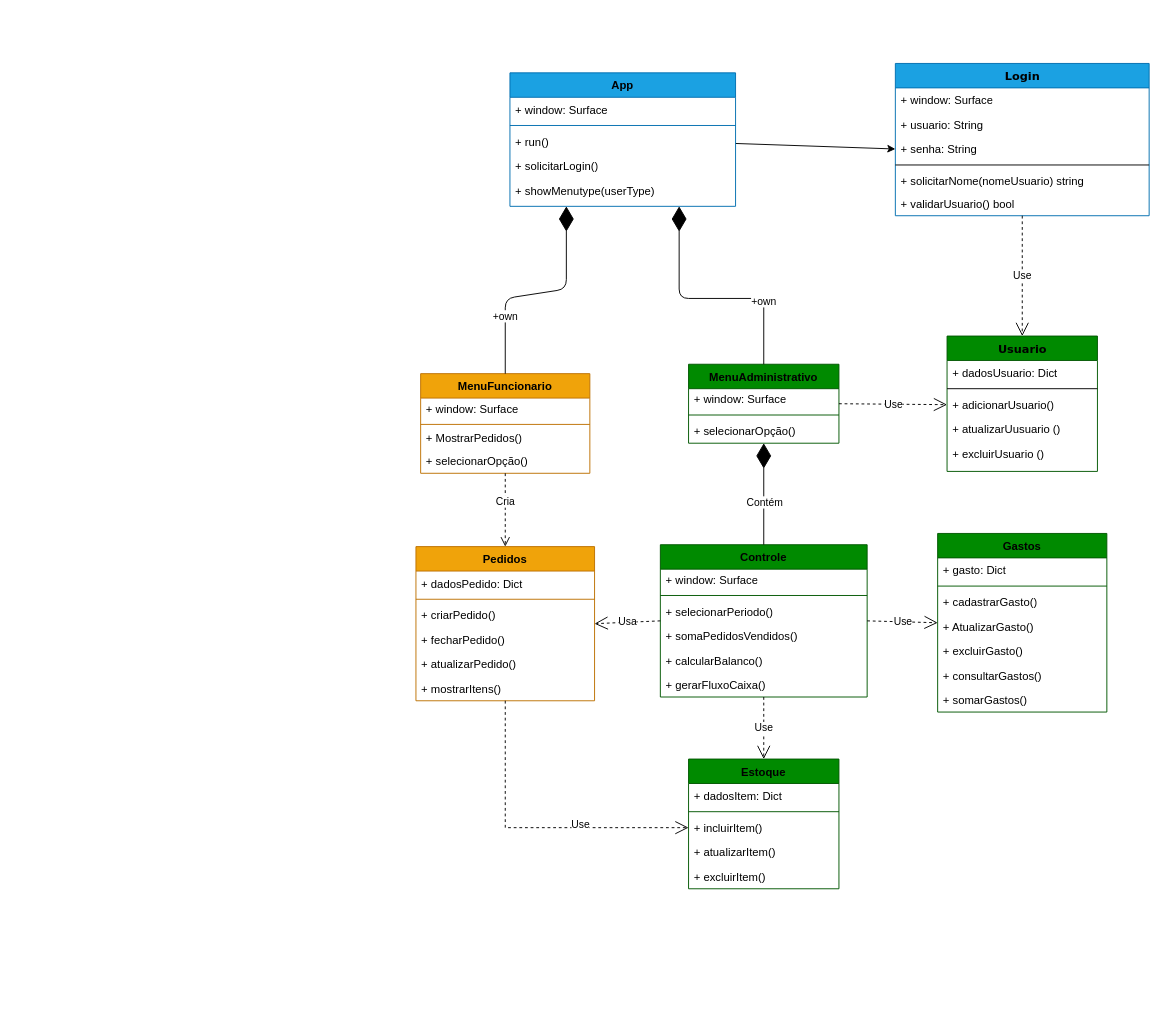
Earlier version of the draw.io diagram documentation/Diagrama de classes.drawio (rudymuller/SistemaGestaoCafeteria). Source tidied: cells renumbered, new cells numbered last; positions are measured from the earlier drawing's top-left corner, leaving out a move shared by most shapes. Both pictures are drawn from the tidied source at 94%, with x=0, y=0 at pixel (415, 63).
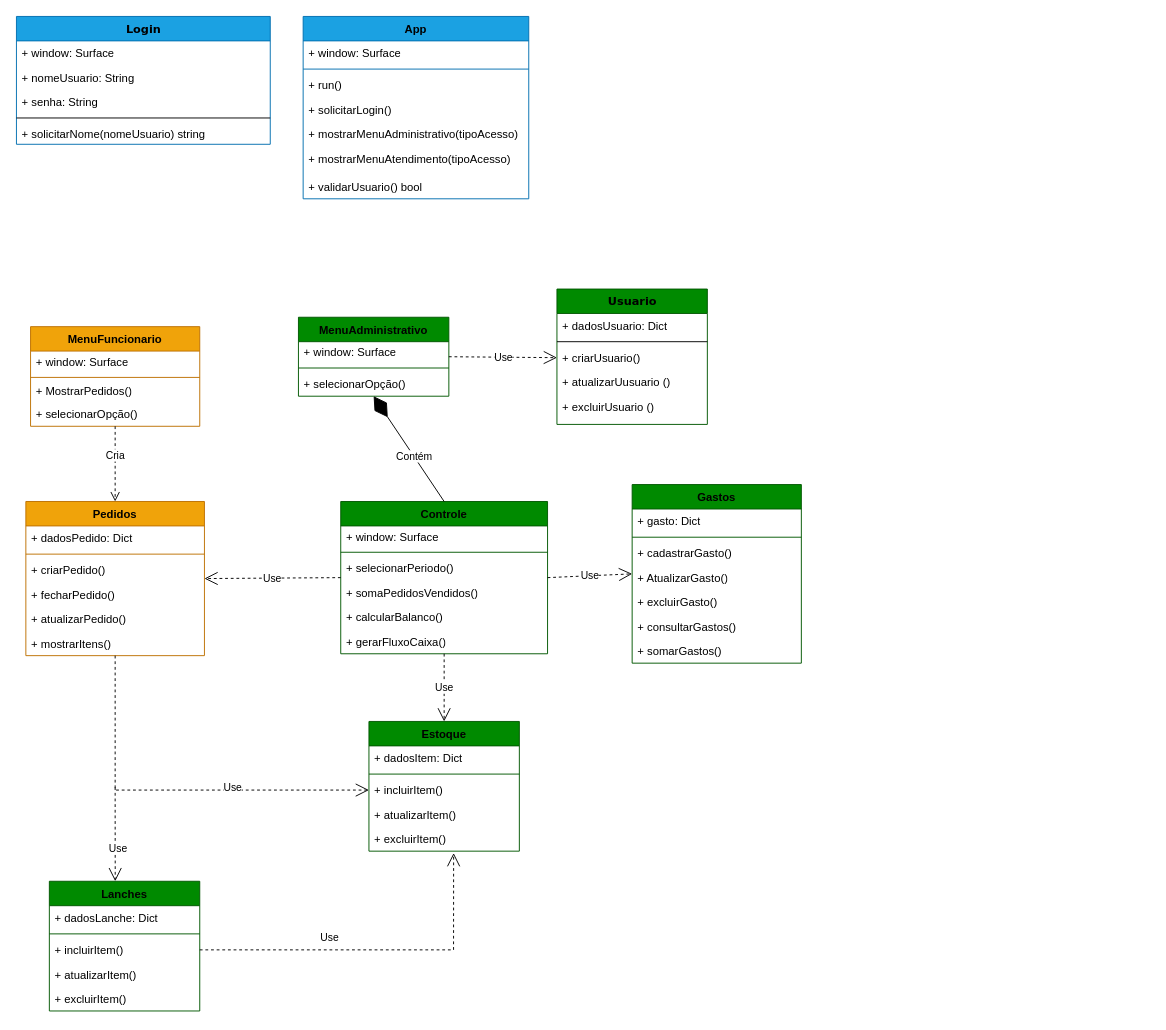
The same page after the edit.

Commit message (it also covers changes not shown here):
added a class lanche on the classes diagram

Unchanged cells that the change refers to:
```xml
<mxCell id="11" value="+ senha: String" style="text;html=1;strokeColor=none;fillColor=none;align=left;verticalAlign=top;spacingLeft=4;spacingRight=4;whiteSpace=wrap;overflow=hidden;points=[[0,0.5],[1,0.5]];portConstraint=eastwest;fontColor=light-dark(#000000,#000000);" parent="8" vertex="1">
  <mxGeometry y="78" width="270" height="26" as="geometry" />
</mxCell>
<mxCell id="41" value="+ incluirItem()&amp;nbsp;" style="text;strokeColor=none;fillColor=none;align=left;verticalAlign=top;spacingLeft=4;spacingRight=4;overflow=hidden;points=[[0,0.5],[1,0.5]];portConstraint=eastwest;whiteSpace=wrap;html=1;fontColor=light-dark(#000000,#000000);" parent="38" vertex="1">
  <mxGeometry y="60" width="160" height="26" as="geometry" />
</mxCell>
<mxCell id="43" value="+ excluirItem()&amp;nbsp;" style="text;strokeColor=none;fillColor=none;align=left;verticalAlign=top;spacingLeft=4;spacingRight=4;overflow=hidden;points=[[0,0.5],[1,0.5]];portConstraint=eastwest;whiteSpace=wrap;html=1;fontColor=light-dark(#000000,#000000);" parent="38" vertex="1">
  <mxGeometry y="112" width="160" height="26" as="geometry" />
</mxCell>
```

Diff of the diagram source:
```diff
@@
     <mxCell id="2" value="Usuario" style="swimlane;html=1;fontStyle=1;align=center;verticalAlign=top;horizontal=1;startSize=26;swimlaneFillColor=#ffffff;rounded=0;shadow=0;comic=0;labelBackgroundColor=none;strokeWidth=1;fillColor=#008a00;fontFamily=Verdana;fontSize=12;fontColor=light-dark(#000000,#000000);strokeColor=#005700;" parent="1" vertex="1">
-      <mxGeometry x="565" y="290" width="160" height="144" as="geometry" />
+      <mxGeometry x="150" y="240" width="160" height="144" as="geometry" />
     </mxCell>
@@
-    <mxCell id="5" value="+ adicionarUsuario()" style="text;html=1;strokeColor=none;fillColor=none;align=left;verticalAlign=top;spacingLeft=4;spacingRight=4;whiteSpace=wrap;overflow=hidden;points=[[0,0.5],[1,0.5]];portConstraint=eastwest;fontColor=light-dark(#000000,#000000);" parent="2" vertex="1">
+    <mxCell id="5" value="+ criarUsuario()" style="text;html=1;strokeColor=none;fillColor=none;align=left;verticalAlign=top;spacingLeft=4;spacingRight=4;whiteSpace=wrap;overflow=hidden;points=[[0,0.5],[1,0.5]];portConstraint=eastwest;fontColor=light-dark(#000000,#000000);" parent="2" vertex="1">
       <mxGeometry y="60" width="160" height="26" as="geometry" />
     </mxCell>
@@
     <mxCell id="8" value="Login" style="swimlane;html=1;fontStyle=1;align=center;verticalAlign=top;horizontal=1;startSize=26;swimlaneFillColor=#ffffff;rounded=0;shadow=0;comic=0;labelBackgroundColor=none;strokeWidth=1;fillColor=#1ba1e2;fontFamily=Verdana;fontSize=12;fontColor=light-dark(#000000,#000000);strokeColor=#006EAF;" parent="1" vertex="1">
-      <mxGeometry x="510" width="270" height="162" as="geometry" />
+      <mxGeometry x="-425" y="-50" width="270" height="136" as="geometry" />
     </mxCell>
@@
-    <mxCell id="10" value="+ usuario: String" style="text;html=1;strokeColor=none;fillColor=none;align=left;verticalAlign=top;spacingLeft=4;spacingRight=4;whiteSpace=wrap;overflow=hidden;fontColor=light-dark(#000000,#000000);" parent="8" vertex="1">
+    <mxCell id="10" value="+ nomeUsuario: String" style="text;html=1;strokeColor=none;fillColor=none;align=left;verticalAlign=top;spacingLeft=4;spacingRight=4;whiteSpace=wrap;overflow=hidden;fontColor=light-dark(#000000,#000000);" parent="8" vertex="1">
       <mxGeometry y="52" width="270" height="26" as="geometry" />
     </mxCell>
@@
-    <mxCell id="14" value="+ validarUsuario() bool" style="text;html=1;strokeColor=none;fillColor=none;align=left;verticalAlign=top;spacingLeft=4;spacingRight=4;whiteSpace=wrap;overflow=hidden;fontColor=light-dark(#000000,#000000);" parent="8" vertex="1">
-      <mxGeometry y="136" width="270" height="26" as="geometry" />
-    </mxCell>
-    <mxCell id="15" style="edgeStyle=none;html=1;entryX=0;entryY=0.5;entryDx=0;entryDy=0;" parent="1" edge="1" source="16" target="11">
-      <mxGeometry relative="1" as="geometry" />
-    </mxCell>
     <mxCell id="16" value="App&lt;div&gt;&lt;br&gt;&lt;/div&gt;" style="swimlane;fontStyle=1;align=center;verticalAlign=top;horizontal=1;startSize=26;whiteSpace=wrap;html=1;fillColor=#1ba1e2;fontColor=light-dark(#000000,#000000);strokeColor=#006EAF;" parent="1" vertex="1">
-      <mxGeometry x="100" y="10" width="240" height="142" as="geometry" />
+      <mxGeometry x="-120" y="-50" width="240" height="194" as="geometry" />
     </mxCell>
@@
+    <mxCell id="72" value="+ mostrarMenuAdministrativo(tipoAcesso)" style="text;strokeColor=none;fillColor=none;align=left;verticalAlign=top;spacingLeft=4;spacingRight=4;overflow=hidden;whiteSpace=wrap;html=1;fontColor=light-dark(#000000,#000000);" parent="16" vertex="1">
+      <mxGeometry y="112" width="240" height="26" as="geometry" />
+    </mxCell>
-    <mxCell id="21" value="+ showMenutype(userType)&amp;nbsp;" style="text;strokeColor=none;fillColor=none;align=left;verticalAlign=top;spacingLeft=4;spacingRight=4;overflow=hidden;whiteSpace=wrap;html=1;fontColor=light-dark(#000000,#000000);" parent="16" vertex="1">
-      <mxGeometry y="112" width="240" height="30" as="geometry" />
+    <mxCell id="21" value="+ mostrarMenuAtendimento(tipoAcesso)&amp;nbsp;" style="text;strokeColor=none;fillColor=none;align=left;verticalAlign=top;spacingLeft=4;spacingRight=4;overflow=hidden;whiteSpace=wrap;html=1;fontColor=light-dark(#000000,#000000);" parent="16" vertex="1">
+      <mxGeometry y="138" width="240" height="30" as="geometry" />
     </mxCell>
+    <mxCell id="14" value="+ validarUsuario() bool" style="text;html=1;strokeColor=none;fillColor=none;align=left;verticalAlign=top;spacingLeft=4;spacingRight=4;whiteSpace=wrap;overflow=hidden;fontColor=light-dark(#000000,#000000);" parent="16" vertex="1">
+      <mxGeometry y="168" width="240" height="26" as="geometry" />
+    </mxCell>
     <mxCell id="22" value="MenuFuncionario&lt;div&gt;&lt;br&gt;&lt;/div&gt;" style="swimlane;fontStyle=1;align=center;verticalAlign=top;horizontal=1;startSize=26;whiteSpace=wrap;html=1;fillColor=#f0a30a;fontColor=light-dark(#000000,#000000);strokeColor=#BD7000;" parent="1" vertex="1">
-      <mxGeometry x="5" y="330" width="180" height="106" as="geometry" />
+      <mxGeometry x="-410" y="280" width="180" height="106" as="geometry" />
     </mxCell>
@@
     <mxCell id="27" value="MenuAdministrativo&lt;div&gt;&lt;br&gt;&lt;/div&gt;" style="swimlane;fontStyle=1;align=center;verticalAlign=top;horizontal=1;startSize=26;whiteSpace=wrap;html=1;fillColor=#008a00;fontColor=light-dark(#000000,#000000);strokeColor=#005700;" parent="1" vertex="1">
-      <mxGeometry x="290" y="320" width="160" height="84" as="geometry" />
+      <mxGeometry x="-125" y="270" width="160" height="84" as="geometry" />
     </mxCell>
@@
     <mxCell id="31" value="Pedidos" style="swimlane;fontStyle=1;align=center;verticalAlign=top;horizontal=1;startSize=26;whiteSpace=wrap;html=1;fillColor=#f0a30a;fontColor=light-dark(#000000,#000000);strokeColor=#BD7000;" parent="1" vertex="1">
-      <mxGeometry y="514" width="190" height="164" as="geometry" />
+      <mxGeometry x="-415" y="466" width="190" height="164" as="geometry" />
     </mxCell>
@@
     <mxCell id="38" value="Estoque&lt;div&gt;&lt;br&gt;&lt;/div&gt;" style="swimlane;fontStyle=1;align=center;verticalAlign=top;horizontal=1;startSize=26;whiteSpace=wrap;html=1;fillColor=#008a00;fontColor=light-dark(#000000,#000000);strokeColor=#005700;" parent="1" vertex="1">
-      <mxGeometry x="290" y="740" width="160" height="138" as="geometry" />
+      <mxGeometry x="-50" y="700" width="160" height="138" as="geometry" />
     </mxCell>
@@
     <mxCell id="45" value="&lt;div&gt;Controle&lt;/div&gt;" style="swimlane;fontStyle=1;align=center;verticalAlign=top;horizontal=1;startSize=26;whiteSpace=wrap;html=1;fillColor=#008a00;fontColor=light-dark(#000000,#000000);strokeColor=#005700;" parent="1" vertex="1">
-      <mxGeometry x="260" y="512" width="220" height="162" as="geometry" />
+      <mxGeometry x="-80" y="466" width="220" height="162" as="geometry" />
     </mxCell>
@@
     <mxCell id="52" value="Gastos" style="swimlane;fontStyle=1;align=center;verticalAlign=top;horizontal=1;startSize=26;whiteSpace=wrap;html=1;fillColor=#008a00;fontColor=light-dark(#000000,#000000);strokeColor=#005700;" parent="1" vertex="1">
-      <mxGeometry x="555" y="500" width="180" height="190" as="geometry" />
+      <mxGeometry x="230" y="448" width="180" height="190" as="geometry" />
     </mxCell>
@@
-    <mxCell id="62" value="Usa" style="endArrow=open;endSize=12;dashed=1;html=1;rounded=0;exitX=0;exitY=0.5;exitDx=0;exitDy=0;entryX=1;entryY=0.5;entryDx=0;entryDy=0;fontColor=light-dark(#000000,#000000);" parent="1" edge="1" source="45" target="31">
+    <mxCell id="62" value="Use" style="endArrow=open;endSize=12;dashed=1;html=1;rounded=0;exitX=0;exitY=0.5;exitDx=0;exitDy=0;entryX=1;entryY=0.5;entryDx=0;entryDy=0;fontColor=light-dark(#000000,#000000);" parent="1" edge="1" source="45" target="31">
       <mxGeometry relative="1" as="geometry" />
     </mxCell>
@@
     <mxCell id="64" value="Use" style="endArrow=open;endSize=12;dashed=1;html=1;rounded=0;entryX=0;entryY=0.5;entryDx=0;entryDy=0;exitX=0.5;exitY=1;exitDx=0;exitDy=0;fontColor=light-dark(#000000,#000000);" parent="1" edge="1" source="31" target="41">
       <mxGeometry x="0.3" y="3" relative="1" as="geometry">
         <Array as="points">
-          <mxPoint x="95" y="813" />
+          <mxPoint x="-320" y="773" />
         </Array>
       </mxGeometry>
     </mxCell>
@@
-    <mxCell id="67" style="endArrow=diamondThin;endFill=1;endSize=24;html=1;exitX=0.5;exitY=0;exitDx=0;exitDy=0;entryX=0.25;entryY=1;entryDx=0;entryDy=0;" parent="1" edge="1" source="22" target="16">
-      <mxGeometry relative="1" as="geometry">
-        <Array as="points">
-          <mxPoint x="95" y="250" />
-          <mxPoint x="160" y="240" />
-        </Array>
-      </mxGeometry>
-    </mxCell>
-    <mxCell id="68" value="+own" style="edgeLabel;html=1;align=center;verticalAlign=middle;" parent="67" vertex="1">
-      <mxGeometry x="-0.47" y="1" relative="1" as="geometry" />
-    </mxCell>
-    <mxCell id="69" style="endArrow=diamondThin;endFill=1;endSize=24;html=1;exitX=0.5;exitY=0;exitDx=0;exitDy=0;entryX=0.75;entryY=1;entryDx=0;entryDy=0;" parent="1" edge="1" source="27" target="16">
-      <mxGeometry relative="1" as="geometry">
-        <Array as="points">
-          <mxPoint x="370" y="250" />
-          <mxPoint x="280" y="250" />
-        </Array>
-      </mxGeometry>
-    </mxCell>
-    <mxCell id="70" value="+own" style="edgeLabel;html=1;align=center;verticalAlign=middle;" parent="69" vertex="1">
-      <mxGeometry x="-0.47" y="1" relative="1" as="geometry" />
-    </mxCell>
-    <mxCell id="71" value="Use" style="endArrow=open;endSize=12;dashed=1;html=1;rounded=0;exitX=0.5;exitY=1;exitDx=0;exitDy=0;entryX=0.5;entryY=0;entryDx=0;entryDy=0;fontColor=light-dark(#000000,#000000);" parent="1" edge="1" source="8" target="2">
-      <mxGeometry relative="1" as="geometry" />
-    </mxCell>
+    <mxCell id="73" value="&lt;div&gt;Lanches&lt;/div&gt;" style="swimlane;fontStyle=1;align=center;verticalAlign=top;horizontal=1;startSize=26;whiteSpace=wrap;html=1;fillColor=#008a00;fontColor=light-dark(#000000,#000000);strokeColor=#005700;" parent="1" vertex="1">
+      <mxGeometry x="-390" y="870" width="160" height="138" as="geometry" />
+    </mxCell>
+    <mxCell id="74" value="+ dadosLanche: Dict" style="text;strokeColor=none;fillColor=none;align=left;verticalAlign=top;spacingLeft=4;spacingRight=4;overflow=hidden;whiteSpace=wrap;html=1;fontColor=light-dark(#000000,#000000);" parent="73" vertex="1">
+      <mxGeometry y="26" width="160" height="26" as="geometry" />
+    </mxCell>
+    <mxCell id="75" style="line;strokeWidth=1;fillColor=none;align=left;verticalAlign=middle;spacingTop=-1;spacingLeft=3;spacingRight=3;labelPosition=right;strokeColor=inherit;fontColor=light-dark(#000000,#000000);" parent="73" vertex="1">
+      <mxGeometry y="52" width="160" height="8" as="geometry" />
+    </mxCell>
+    <mxCell id="76" value="+ incluirItem()&amp;nbsp;" style="text;strokeColor=none;fillColor=none;align=left;verticalAlign=top;spacingLeft=4;spacingRight=4;overflow=hidden;points=[[0,0.5],[1,0.5]];portConstraint=eastwest;whiteSpace=wrap;html=1;fontColor=light-dark(#000000,#000000);" parent="73" vertex="1">
+      <mxGeometry y="60" width="160" height="26" as="geometry" />
+    </mxCell>
+    <mxCell id="77" value="+ atualizarItem()&amp;nbsp;" style="text;strokeColor=none;fillColor=none;align=left;verticalAlign=top;spacingLeft=4;spacingRight=4;overflow=hidden;whiteSpace=wrap;html=1;fontColor=light-dark(#000000,#000000);" parent="73" vertex="1">
+      <mxGeometry y="86" width="160" height="26" as="geometry" />
+    </mxCell>
+    <mxCell id="78" value="+ excluirItem()&amp;nbsp;" style="text;strokeColor=none;fillColor=none;align=left;verticalAlign=top;spacingLeft=4;spacingRight=4;overflow=hidden;whiteSpace=wrap;html=1;fontColor=light-dark(#000000,#000000);" parent="73" vertex="1">
+      <mxGeometry y="112" width="160" height="26" as="geometry" />
+    </mxCell>
+    <mxCell id="79" value="Use" style="endArrow=open;endSize=12;dashed=1;html=1;rounded=0;exitX=1;exitY=0.5;exitDx=0;exitDy=0;fontColor=light-dark(#000000,#000000);entryX=0.563;entryY=1.077;entryDx=0;entryDy=0;entryPerimeter=0;" parent="1" edge="1" source="76" target="43">
+      <mxGeometry x="-0.26" y="13" relative="1" as="geometry">
+        <Array as="points">
+          <mxPoint x="40" y="943" />
+        </Array>
+      </mxGeometry>
+    </mxCell>
+    <mxCell id="80" value="Use" style="endArrow=open;endSize=12;dashed=1;html=1;rounded=0;entryX=0.438;entryY=0;entryDx=0;entryDy=0;fontColor=light-dark(#000000,#000000);entryPerimeter=0;" parent="1" edge="1" target="73">
+      <mxGeometry x="0.3" y="3" relative="1" as="geometry">
+        <mxPoint x="-320" y="770" as="sourcePoint" />
+        <Array as="points">
+          <mxPoint x="-320" y="800" />
+        </Array>
+      </mxGeometry>
+    </mxCell>
```
